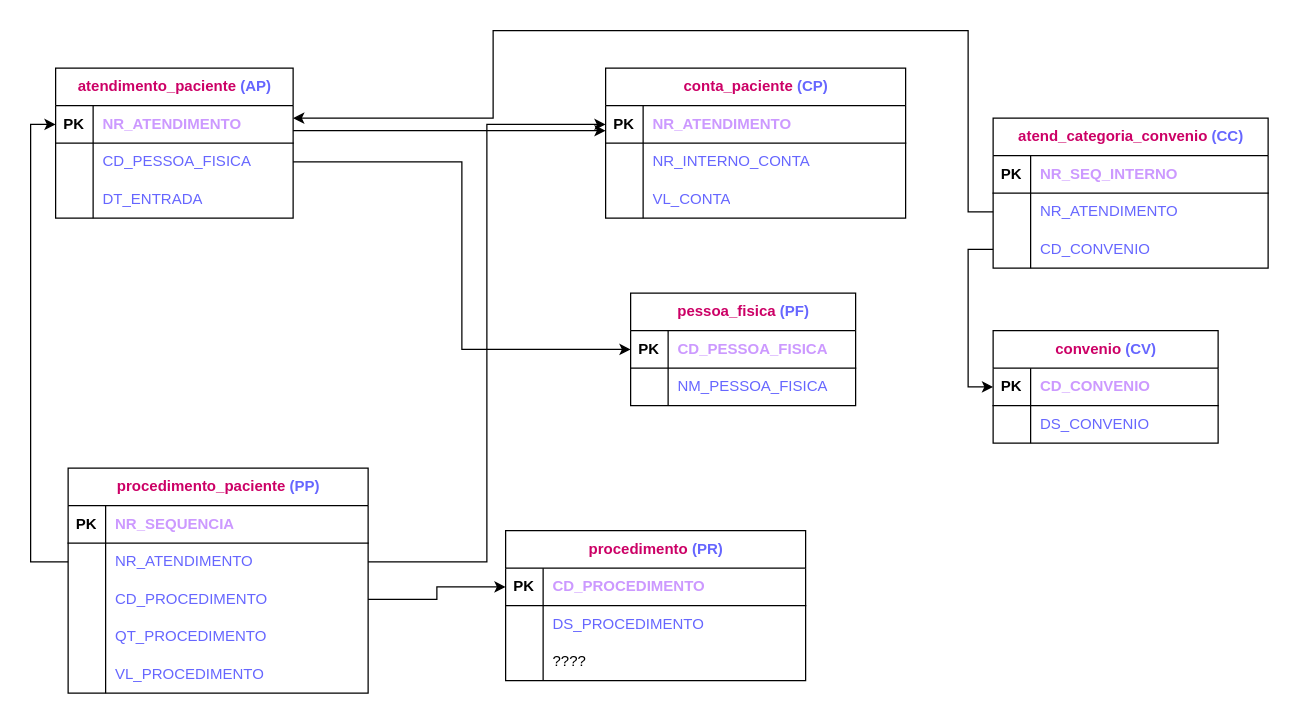
PatriciaGavloski/diagramas.sql keeps this draw.io diagram as Exercício13.drawio. Above is the earlier version. Source tidied: cells renumbered, new cells numbered last; positions are measured from the earlier drawing's top-left corner, leaving out a move shared by most shapes. Both pictures are drawn from the tidied source at 125%, with x=0, y=0 at pixel (55, 30).
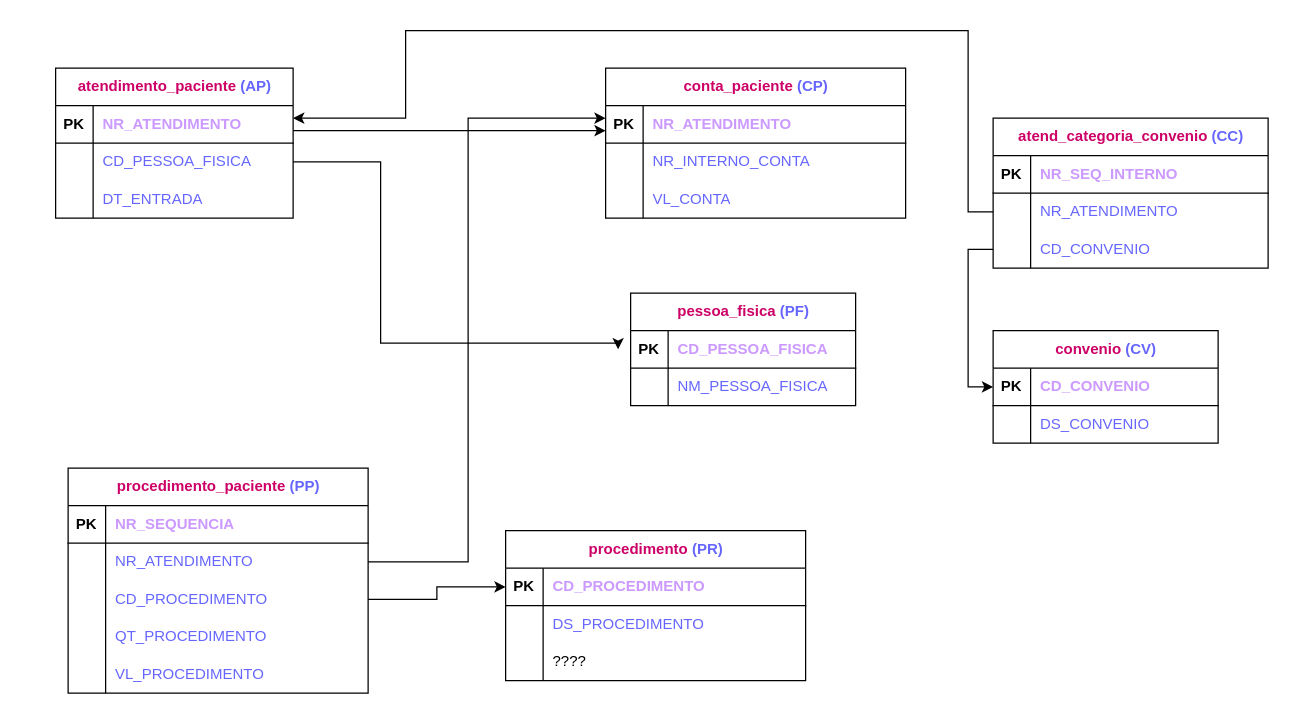
After the change.

Unchanged cells that the change refers to:
```xml
<mxCell id="3" style="shape=tableRow;horizontal=0;startSize=0;swimlaneHead=0;swimlaneBody=0;fillColor=none;points=[[0,0.5],[1,0.5]];portConstraint=eastwest;top=0;left=0;right=0;bottom=1;" parent="2" vertex="1">
  <mxGeometry y="30" width="240" height="30" as="geometry" />
</mxCell>
<mxCell id="13" style="shape=tableRow;horizontal=0;startSize=0;swimlaneHead=0;swimlaneBody=0;fillColor=none;points=[[0,0.5],[1,0.5]];portConstraint=eastwest;top=0;left=0;right=0;bottom=1;" parent="12" vertex="1">
  <mxGeometry y="30" width="190" height="30" as="geometry" />
</mxCell>
<mxCell id="16" style="shape=tableRow;horizontal=0;startSize=0;swimlaneHead=0;swimlaneBody=0;fillColor=none;points=[[0,0.5],[1,0.5]];portConstraint=eastwest;top=0;left=0;right=0;bottom=0;" parent="12" vertex="1">
  <mxGeometry y="60" width="190" height="30" as="geometry" />
</mxCell>
<mxCell id="23" style="shape=tableRow;horizontal=0;startSize=0;swimlaneHead=0;swimlaneBody=0;fillColor=none;points=[[0,0.5],[1,0.5]];portConstraint=eastwest;top=0;left=0;right=0;bottom=1;" parent="22" vertex="1">
  <mxGeometry y="30" width="180" height="30" as="geometry" />
</mxCell>
<mxCell id="33" style="shape=tableRow;horizontal=0;startSize=0;swimlaneHead=0;swimlaneBody=0;fillColor=none;points=[[0,0.5],[1,0.5]];portConstraint=eastwest;top=0;left=0;right=0;bottom=0;" parent="29" vertex="1">
  <mxGeometry y="60" width="220" height="30" as="geometry" />
</mxCell>
<mxCell id="64" style="shape=tableRow;horizontal=0;startSize=0;swimlaneHead=0;swimlaneBody=0;fillColor=none;points=[[0,0.5],[1,0.5]];portConstraint=eastwest;top=0;left=0;right=0;bottom=0;" parent="60" vertex="1">
  <mxGeometry y="60" width="240" height="30" as="geometry" />
</mxCell>
```

What changed in the source:
```diff
@@
-    <mxCell id="39" style="edgeStyle=orthogonalEdgeStyle;rounded=0;jettySize=auto;html=1;exitX=1;exitY=0.5;exitDx=0;exitDy=0;entryX=0;entryY=0.5;entryDx=0;entryDy=0;" parent="1" edge="1" source="16" target="23">
-      <mxGeometry relative="1" as="geometry" />
+    <mxCell id="39" style="edgeStyle=orthogonalEdgeStyle;rounded=0;jettySize=auto;html=1;entryX=0;entryY=0.5;entryDx=0;entryDy=0;exitX=1;exitY=0.5;exitDx=0;exitDy=0;" parent="1" edge="1" source="16">
+      <mxGeometry relative="1" as="geometry">
+        <mxPoint x="450" y="255" as="targetPoint" />
+        <Array as="points">
+          <mxPoint x="260" y="105" />
+          <mxPoint x="260" y="250" />
+          <mxPoint x="450" y="250" />
+        </Array>
+      </mxGeometry>
     </mxCell>
@@
     <mxCell id="49" style="edgeStyle=orthogonalEdgeStyle;rounded=0;jettySize=auto;html=1;exitX=0;exitY=0.5;exitDx=0;exitDy=0;" parent="1" edge="1" source="33" target="13">
       <mxGeometry relative="1" as="geometry">
         <Array as="points">
           <mxPoint x="730" y="145" />
           <mxPoint x="730" />
-          <mxPoint x="350" />
-          <mxPoint x="350" y="70" />
+          <mxPoint x="280" />
+          <mxPoint x="280" y="70" />
         </Array>
       </mxGeometry>
     </mxCell>
@@
-    <mxCell id="76" style="edgeStyle=orthogonalEdgeStyle;rounded=0;jettySize=auto;html=1;exitX=0;exitY=0.5;exitDx=0;exitDy=0;entryX=0;entryY=0.5;entryDx=0;entryDy=0;" parent="1" edge="1" source="64" target="13">
-      <mxGeometry relative="1" as="geometry" />
-    </mxCell>
@@
     <mxCell id="78" style="edgeStyle=orthogonalEdgeStyle;rounded=0;jettySize=auto;html=1;exitX=1;exitY=0.5;exitDx=0;exitDy=0;" parent="1" edge="1" source="64" target="3">
       <mxGeometry relative="1" as="geometry">
         <Array as="points">
-          <mxPoint x="345" y="425" />
-          <mxPoint x="345" y="75" />
+          <mxPoint x="330" y="425" />
+          <mxPoint x="330" y="70" />
         </Array>
       </mxGeometry>
     </mxCell>
```
